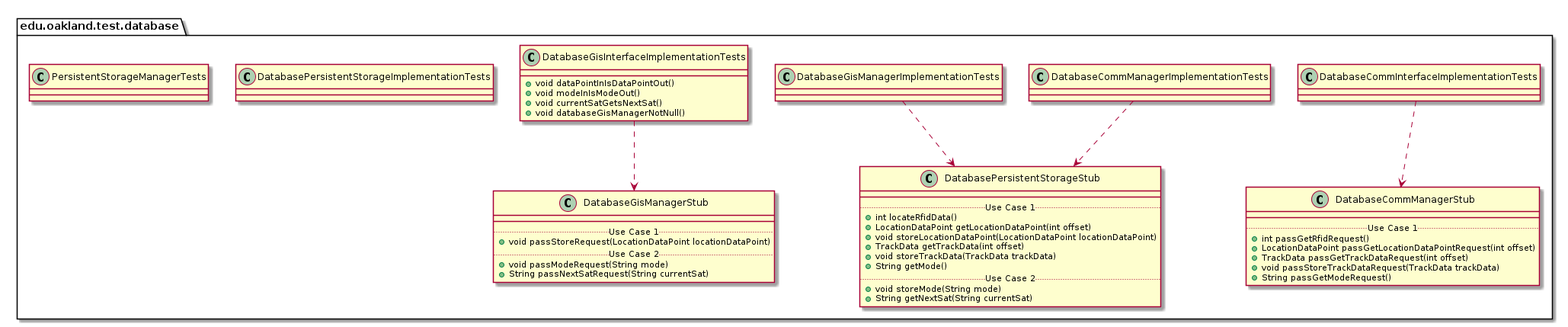
This is docs/uml-class-diagrams/database/test/DatabaseTestPackage_InternalDependencies.png from elilley15/csi-3370-software-project, a PlantUML export, as it was before one commit.
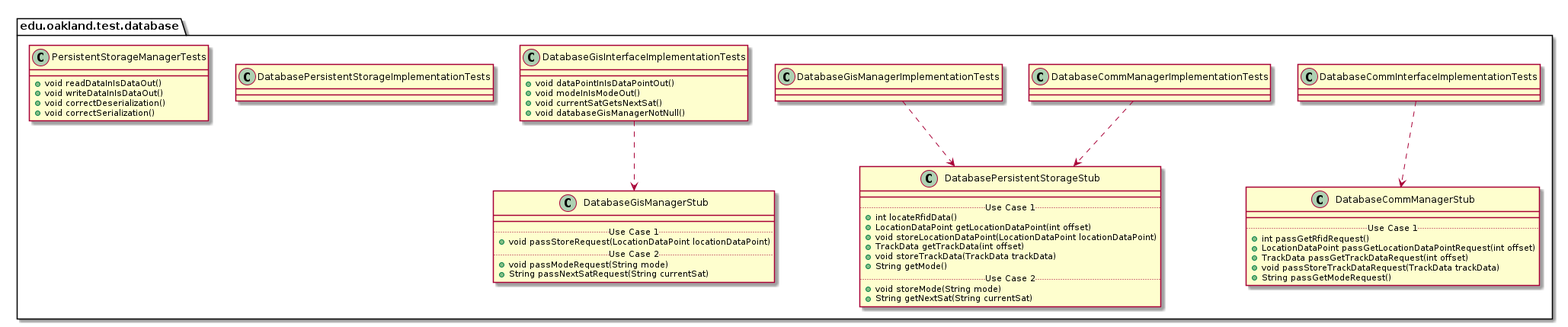
Above is the later version.

Change to the diagram source:
```diff
@@ -95,7 +95,10 @@
 
 package edu.oakland.test.database {
     class PersistentStorageManagerTests {
-
+        + void readDataInIsDataOut()
+        + void writeDataInIsDataOut()
+        + void correctDeserialization()
+        + void correctSerialization()
     }
 }
 
```
